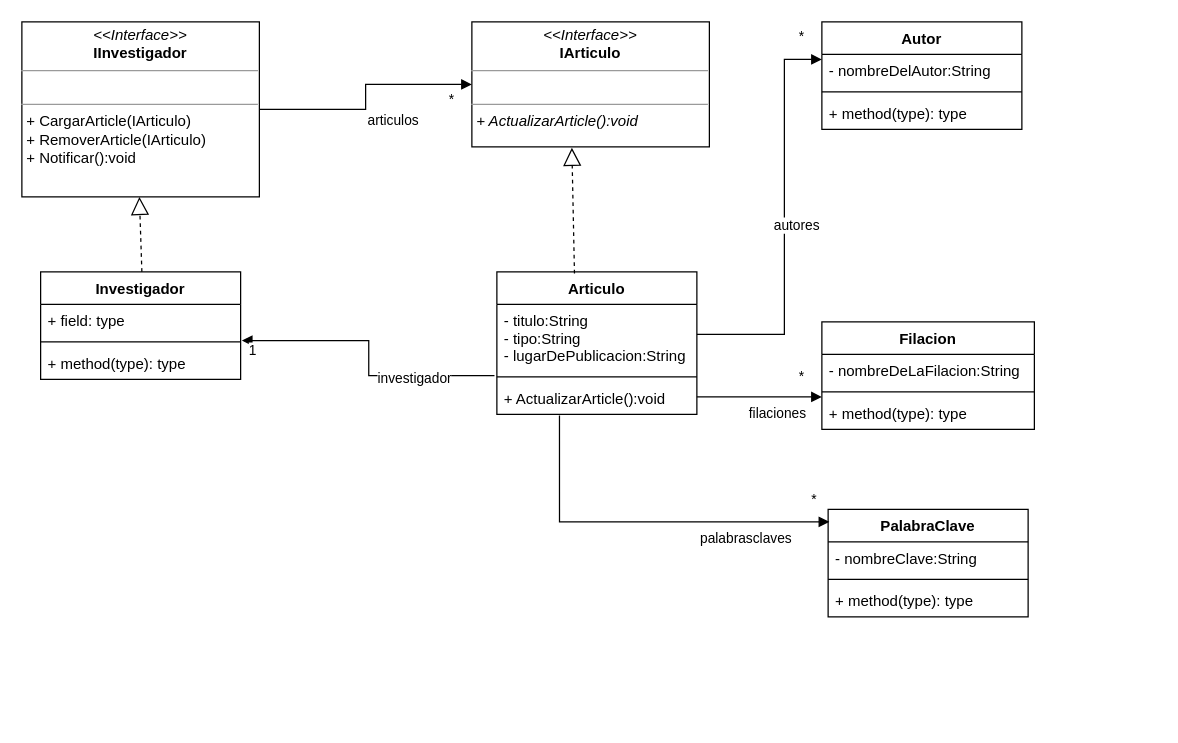
Before: unq-po2-Observer-Publicaciones.drawio in nhubczyk/Diagramas-UML, a draw.io diagram. Source tidied: cells renumbered, new cells numbered last; positions are measured from the earlier drawing's top-left corner, leaving out a move shared by most shapes. Both pictures are drawn from the tidied source at 125%, with x=0, y=0 at pixel (21, 21).
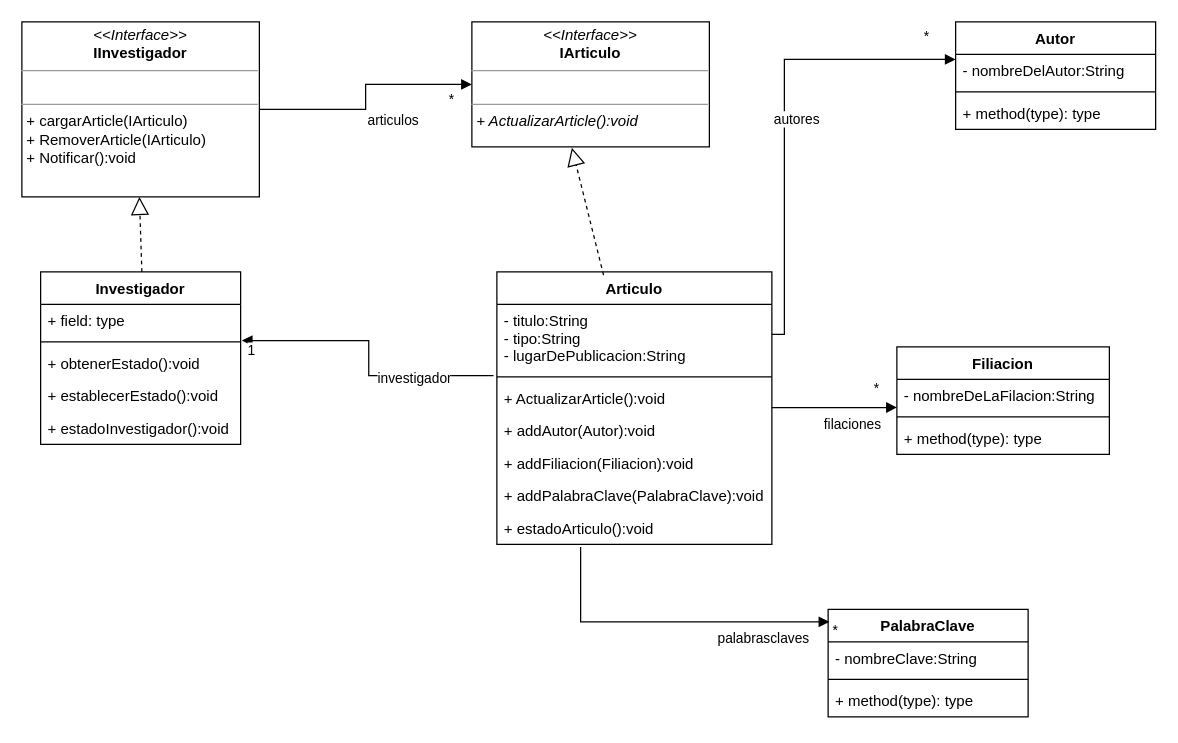
Above is the later version.

The change refers to these unchanged cells:
```xml
<mxCell id="19" value="- nombreDelAutor:String&#10;" style="text;strokeColor=none;fillColor=none;align=left;verticalAlign=top;spacingLeft=4;spacingRight=4;overflow=hidden;points=[[0,0.5],[1,0.5]];portConstraint=eastwest;" parent="18" vertex="1">
  <mxGeometry y="26" width="160" height="26" as="geometry" />
</mxCell>
```

Change to the diagram source:
```diff
@@
-    <mxCell id="2" value="&lt;p style=&quot;margin:0px;margin-top:4px;text-align:center;&quot;&gt;&lt;i&gt;&amp;lt;&amp;lt;Interface&amp;gt;&amp;gt;&lt;/i&gt;&lt;br&gt;&lt;b&gt;IInvestigador&lt;/b&gt;&lt;/p&gt;&lt;hr size=&quot;1&quot;&gt;&lt;p style=&quot;margin:0px;margin-left:4px;&quot;&gt;&lt;br&gt;&lt;/p&gt;&lt;hr size=&quot;1&quot;&gt;&lt;p style=&quot;margin:0px;margin-left:4px;&quot;&gt;+ CargarArticle(IArticulo)&lt;/p&gt;&lt;p style=&quot;margin:0px;margin-left:4px;&quot;&gt;+ RemoverArticle(IArticulo)&lt;/p&gt;&lt;p style=&quot;margin:0px;margin-left:4px;&quot;&gt;+ Notificar():void&lt;/p&gt;" style="verticalAlign=top;align=left;overflow=fill;fontSize=12;fontFamily=Helvetica;html=1;" parent="1" vertex="1">
+    <mxCell id="2" value="&lt;p style=&quot;margin:0px;margin-top:4px;text-align:center;&quot;&gt;&lt;i&gt;&amp;lt;&amp;lt;Interface&amp;gt;&amp;gt;&lt;/i&gt;&lt;br&gt;&lt;b&gt;IInvestigador&lt;/b&gt;&lt;/p&gt;&lt;hr size=&quot;1&quot;&gt;&lt;p style=&quot;margin:0px;margin-left:4px;&quot;&gt;&lt;br&gt;&lt;/p&gt;&lt;hr size=&quot;1&quot;&gt;&lt;p style=&quot;margin:0px;margin-left:4px;&quot;&gt;+ cargarArticle(IArticulo)&lt;/p&gt;&lt;p style=&quot;margin:0px;margin-left:4px;&quot;&gt;+ RemoverArticle(IArticulo)&lt;/p&gt;&lt;p style=&quot;margin:0px;margin-left:4px;&quot;&gt;+ Notificar():void&lt;/p&gt;" style="verticalAlign=top;align=left;overflow=fill;fontSize=12;fontFamily=Helvetica;html=1;" parent="1" vertex="1">
       <mxGeometry width="190" height="140" as="geometry" />
     </mxCell>
@@
     <mxCell id="6" value="Articulo" style="swimlane;fontStyle=1;align=center;verticalAlign=top;horizontal=1;startSize=26;" parent="1" vertex="1">
-      <mxGeometry x="380" y="200" width="160" height="114" as="geometry" />
+      <mxGeometry x="380" y="200" width="220" height="218" as="geometry" />
     </mxCell>
     <mxCell id="7" value="- titulo:String&#10;- tipo:String&#10;- lugarDePublicacion:String&#10;" style="text;strokeColor=none;fillColor=none;align=left;verticalAlign=top;spacingLeft=4;spacingRight=4;overflow=hidden;" parent="6" vertex="1">
-      <mxGeometry y="26" width="160" height="54" as="geometry" />
+      <mxGeometry y="26" width="220" height="54" as="geometry" />
     </mxCell>
     <mxCell id="8" style="line;strokeWidth=1;fillColor=none;align=left;verticalAlign=middle;spacingTop=-1;spacingLeft=3;spacingRight=3;labelPosition=right;strokeColor=inherit;" parent="6" vertex="1">
-      <mxGeometry y="80" width="160" height="8" as="geometry" />
+      <mxGeometry y="80" width="220" height="8" as="geometry" />
     </mxCell>
     <mxCell id="9" value="+ ActualizarArticle():void" style="text;strokeColor=none;fillColor=none;align=left;verticalAlign=top;spacingLeft=4;spacingRight=4;overflow=hidden;points=[[0,0.5],[1,0.5]];portConstraint=eastwest;" parent="6" vertex="1">
-      <mxGeometry y="88" width="160" height="26" as="geometry" />
+      <mxGeometry y="88" width="220" height="26" as="geometry" />
     </mxCell>
+    <mxCell id="36" value="+ addAutor(Autor):void" style="text;strokeColor=none;fillColor=none;align=left;verticalAlign=top;spacingLeft=4;spacingRight=4;overflow=hidden;" parent="6" vertex="1">
+      <mxGeometry y="114" width="220" height="26" as="geometry" />
+    </mxCell>
+    <mxCell id="37" value="+ addFiliacion(Filiacion):void" style="text;strokeColor=none;fillColor=none;align=left;verticalAlign=top;spacingLeft=4;spacingRight=4;overflow=hidden;" parent="6" vertex="1">
+      <mxGeometry y="140" width="220" height="26" as="geometry" />
+    </mxCell>
+    <mxCell id="38" value="+ addPalabraClave(PalabraClave):void" style="text;strokeColor=none;fillColor=none;align=left;verticalAlign=top;spacingLeft=4;spacingRight=4;overflow=hidden;" parent="6" vertex="1">
+      <mxGeometry y="166" width="220" height="26" as="geometry" />
+    </mxCell>
+    <mxCell id="39" value="+ estadoArticulo():void" style="text;strokeColor=none;fillColor=none;align=left;verticalAlign=top;spacingLeft=4;spacingRight=4;overflow=hidden;" parent="6" vertex="1">
+      <mxGeometry y="192" width="220" height="26" as="geometry" />
+    </mxCell>
@@
     <mxCell id="11" value="Investigador" style="swimlane;fontStyle=1;align=center;verticalAlign=top;horizontal=1;startSize=26;" parent="1" vertex="1">
-      <mxGeometry x="15" y="200" width="160" height="86" as="geometry" />
+      <mxGeometry x="15" y="200" width="160" height="138" as="geometry" />
     </mxCell>
@@
-    <mxCell id="14" value="+ method(type): type" style="text;strokeColor=none;fillColor=none;align=left;verticalAlign=top;spacingLeft=4;spacingRight=4;overflow=hidden;" parent="11" vertex="1">
+    <mxCell id="14" value="+ obtenerEstado():void" style="text;strokeColor=none;fillColor=none;align=left;verticalAlign=top;spacingLeft=4;spacingRight=4;overflow=hidden;" parent="11" vertex="1">
       <mxGeometry y="60" width="160" height="26" as="geometry" />
     </mxCell>
+    <mxCell id="40" value="+ establecerEstado():void" style="text;strokeColor=none;fillColor=none;align=left;verticalAlign=top;spacingLeft=4;spacingRight=4;overflow=hidden;" parent="11" vertex="1">
+      <mxGeometry y="86" width="160" height="26" as="geometry" />
+    </mxCell>
+    <mxCell id="41" value="+ estadoInvestigador():void" style="text;strokeColor=none;fillColor=none;align=left;verticalAlign=top;spacingLeft=4;spacingRight=4;overflow=hidden;" parent="11" vertex="1">
+      <mxGeometry y="112" width="160" height="26" as="geometry" />
+    </mxCell>
@@
     <mxCell id="18" value="Autor" style="swimlane;fontStyle=1;align=center;verticalAlign=top;horizontal=1;startSize=26;" parent="1" vertex="1">
-      <mxGeometry x="640" width="160" height="86" as="geometry" />
+      <mxGeometry x="747" width="160" height="86" as="geometry" />
     </mxCell>
@@
     <mxCell id="22" value="autores" style="endArrow=block;endFill=1;html=1;edgeStyle=orthogonalEdgeStyle;align=left;verticalAlign=top;rounded=0;entryX=0;entryY=0.154;entryDx=0;entryDy=0;entryPerimeter=0;" parent="1" edge="1" target="19">
       <mxGeometry x="0.06" y="10" relative="1" as="geometry">
-        <mxPoint x="540" y="250" as="sourcePoint" />
+        <mxPoint x="600" y="250" as="sourcePoint" />
         <Array as="points">
           <mxPoint x="610" y="250" />
           <mxPoint x="610" y="30" />
         </Array>
       </mxGeometry>
     </mxCell>
     <mxCell id="23" value="*" style="edgeLabel;html=1;align=left;verticalAlign=bottom;" parent="22" vertex="1">
       <mxGeometry x="-1" relative="1" as="geometry">
-        <mxPoint x="80" y="-230" as="offset" />
+        <mxPoint x="120" y="-230" as="offset" />
       </mxGeometry>
     </mxCell>
-    <mxCell id="24" value="Filacion" style="swimlane;fontStyle=1;align=center;verticalAlign=top;horizontal=1;startSize=26;" parent="1" vertex="1">
-      <mxGeometry x="640" y="240" width="170" height="86" as="geometry" />
+    <mxCell id="24" value="Filiacion" style="swimlane;fontStyle=1;align=center;verticalAlign=top;horizontal=1;startSize=26;" parent="1" vertex="1">
+      <mxGeometry x="700" y="260" width="170" height="86" as="geometry" />
     </mxCell>
@@
     <mxCell id="28" value="filaciones" style="endArrow=block;endFill=1;html=1;edgeStyle=orthogonalEdgeStyle;align=left;verticalAlign=top;rounded=0;" parent="1" edge="1">
       <mxGeometry x="-0.2" relative="1" as="geometry">
-        <mxPoint x="540" y="300" as="sourcePoint" />
-        <mxPoint x="640" y="300" as="targetPoint" />
+        <mxPoint x="600" y="308.5" as="sourcePoint" />
+        <mxPoint x="700" y="308.5" as="targetPoint" />
         <Array as="points">
-          <mxPoint x="600" y="300" />
-          <mxPoint x="600" y="300" />
+          <mxPoint x="660" y="308.5" />
+          <mxPoint x="660" y="308.5" />
         </Array>
       </mxGeometry>
     </mxCell>
@@
     <mxCell id="30" value="PalabraClave" style="swimlane;fontStyle=1;align=center;verticalAlign=top;horizontal=1;startSize=26;" parent="1" vertex="1">
-      <mxGeometry x="645" y="390" width="160" height="86" as="geometry" />
+      <mxGeometry x="645" y="470" width="160" height="86" as="geometry" />
     </mxCell>
@@
-    <mxCell id="34" value="palabrasclaves" style="endArrow=block;endFill=1;html=1;edgeStyle=orthogonalEdgeStyle;align=left;verticalAlign=top;rounded=0;entryX=0.006;entryY=0.116;entryDx=0;entryDy=0;entryPerimeter=0;exitX=0.313;exitY=1.038;exitDx=0;exitDy=0;exitPerimeter=0;" parent="1" edge="1" source="9" target="30">
+    <mxCell id="34" value="palabrasclaves" style="endArrow=block;endFill=1;html=1;edgeStyle=orthogonalEdgeStyle;align=left;verticalAlign=top;rounded=0;entryX=0.006;entryY=0.116;entryDx=0;entryDy=0;entryPerimeter=0;" parent="1" edge="1" target="30">
       <mxGeometry x="0.3" relative="1" as="geometry">
+        <mxPoint x="447" y="420" as="sourcePoint" />
         <Array as="points">
-          <mxPoint x="430" y="400" />
+          <mxPoint x="447" y="480" />
         </Array>
       </mxGeometry>
     </mxCell>
```
